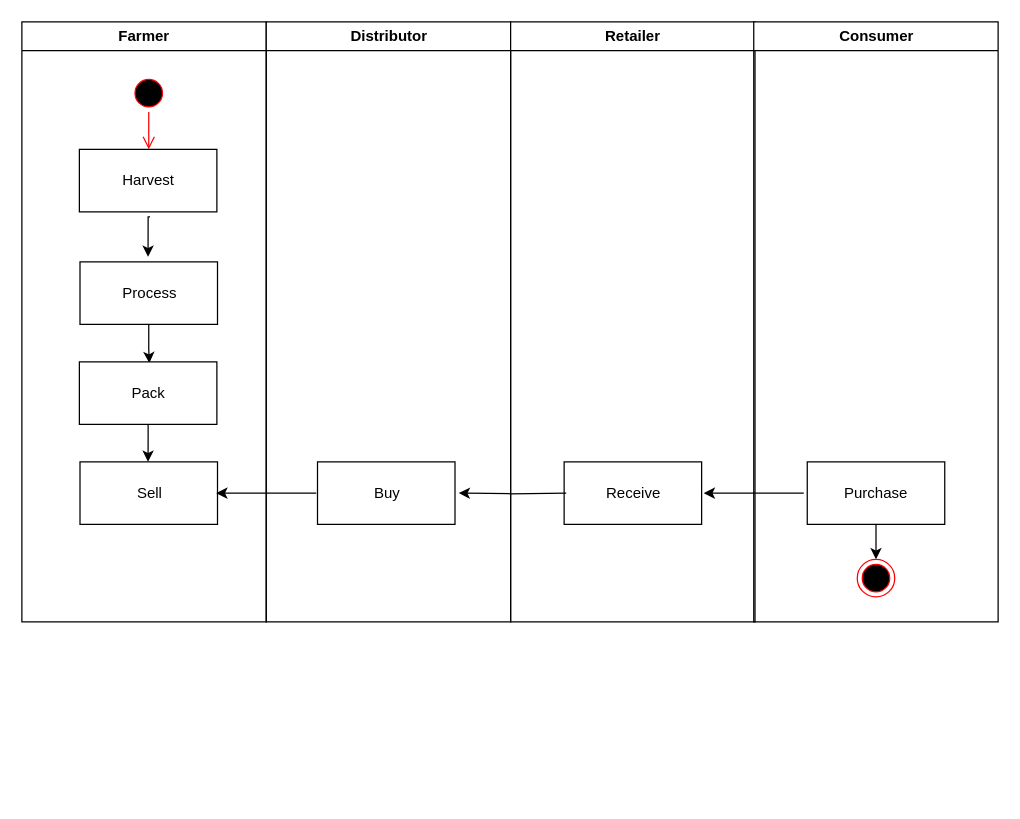
Above: planning/Coffee_Supply_Activity.drawio in ligipop/PlanningSolutions (draw.io), before the change. Source tidied: cells renumbered, new cells numbered last; positions are measured from the earlier drawing's top-left corner, leaving out a move shared by most shapes. Both pictures are drawn from the tidied source at 125%, with x=0, y=0 at pixel (21, 21).
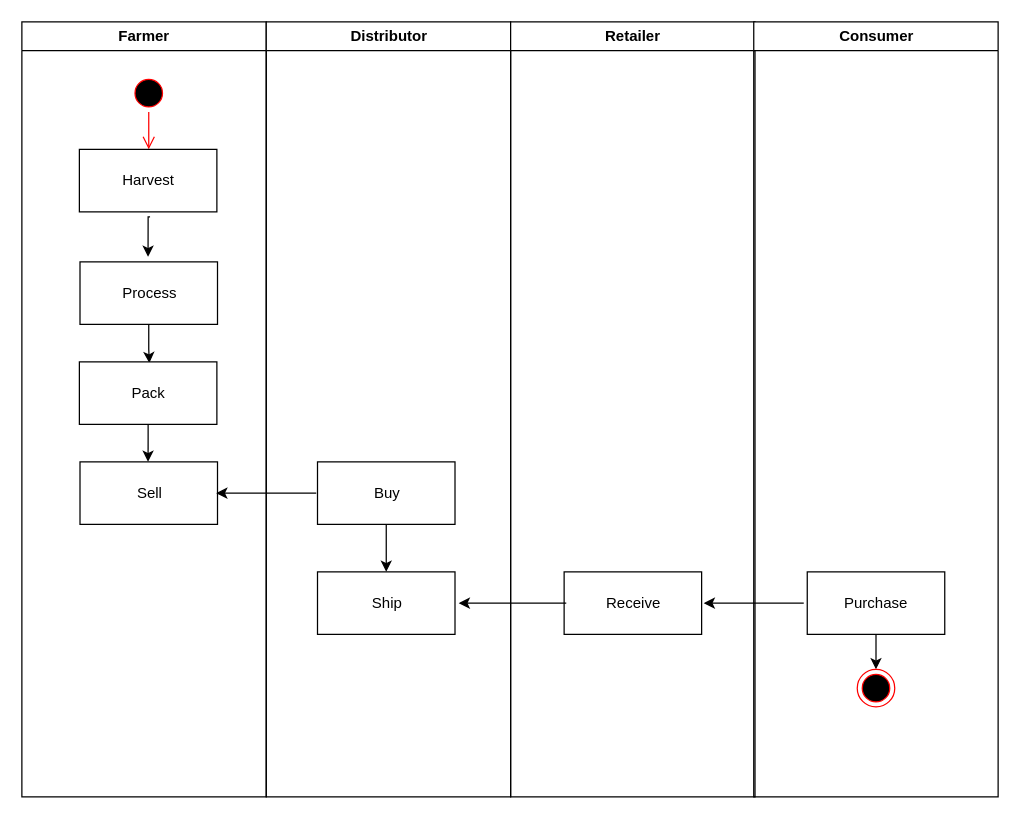
The same page after the edit.

Unchanged cells that the change refers to:
```xml
<mxCell id="13" value="Buy" style="html=1;" parent="12" vertex="1">
  <mxGeometry x="41" y="352" width="110" height="50" as="geometry" />
</mxCell>
```

What changed in the source:
```diff
@@
     <mxCell id="2" value="Farmer" style="swimlane;whiteSpace=wrap;" parent="1" vertex="1">
-      <mxGeometry width="195.5" height="480" as="geometry" />
+      <mxGeometry width="195.5" height="620" as="geometry" />
     </mxCell>
@@
     <mxCell id="12" value="Distributor" style="swimlane;whiteSpace=wrap;" parent="1" vertex="1">
-      <mxGeometry x="195.5" width="195.5" height="480" as="geometry" />
+      <mxGeometry x="195.5" width="195.5" height="620" as="geometry" />
     </mxCell>
+    <mxCell id="23" style="edgeStyle=orthogonalEdgeStyle;rounded=0;jettySize=auto;html=1;" parent="12" edge="1" source="13" target="24">
+      <mxGeometry relative="1" as="geometry" />
+    </mxCell>
@@
+    <mxCell id="24" value="Ship" style="html=1;" parent="12" vertex="1">
+      <mxGeometry x="41" y="440" width="110" height="50" as="geometry" />
+    </mxCell>
     <mxCell id="14" value="Retailer" style="swimlane;whiteSpace=wrap;" parent="1" vertex="1">
-      <mxGeometry x="391" width="195.5" height="480" as="geometry" />
+      <mxGeometry x="391" width="195.5" height="620" as="geometry" />
     </mxCell>
     <mxCell id="15" value="Receive" style="html=1;" parent="14" vertex="1">
-      <mxGeometry x="42.8" y="352" width="110" height="50" as="geometry" />
+      <mxGeometry x="42.8" y="440" width="110" height="50" as="geometry" />
     </mxCell>
     <mxCell id="16" value="Consumer" style="swimlane;whiteSpace=wrap;" parent="1" vertex="1">
-      <mxGeometry x="585.5" width="195.5" height="480" as="geometry" />
+      <mxGeometry x="585.5" width="195.5" height="620" as="geometry" />
     </mxCell>
@@
     <mxCell id="18" value="Purchase" style="html=1;" parent="16" vertex="1">
-      <mxGeometry x="42.8" y="352" width="110" height="50" as="geometry" />
+      <mxGeometry x="42.8" y="440" width="110" height="50" as="geometry" />
     </mxCell>
     <mxCell id="19" style="ellipse;html=1;shape=endState;fillColor=#000000;strokeColor=#ff0000;" parent="16" vertex="1">
-      <mxGeometry x="82.8" y="430" width="30" height="30" as="geometry" />
+      <mxGeometry x="82.8" y="518" width="30" height="30" as="geometry" />
     </mxCell>
@@
-    <mxCell id="21" style="edgeStyle=orthogonalEdgeStyle;rounded=0;jettySize=auto;html=1;entryX=1.027;entryY=0.5;entryDx=0;entryDy=0;entryPerimeter=0;" parent="1" edge="1" target="13">
+    <mxCell id="21" style="edgeStyle=orthogonalEdgeStyle;rounded=0;orthogonalLoop=1;jettySize=auto;html=1;entryX=1.027;entryY=0.5;entryDx=0;entryDy=0;entryPerimeter=0;" parent="1" edge="1">
       <mxGeometry relative="1" as="geometry">
-        <mxPoint x="435.5" y="377" as="sourcePoint" />
+        <mxPoint x="435.5" y="465" as="sourcePoint" />
+        <mxPoint x="349.5" y="465" as="targetPoint" />
       </mxGeometry>
     </mxCell>
     <mxCell id="22" style="edgeStyle=orthogonalEdgeStyle;rounded=0;orthogonalLoop=1;jettySize=auto;html=1;" parent="1" edge="1">
       <mxGeometry relative="1" as="geometry">
-        <mxPoint x="625.5" y="377" as="sourcePoint" />
-        <mxPoint x="545.5" y="377" as="targetPoint" />
+        <mxPoint x="625.5" y="465" as="sourcePoint" />
+        <mxPoint x="545.5" y="465" as="targetPoint" />
       </mxGeometry>
     </mxCell>
```
